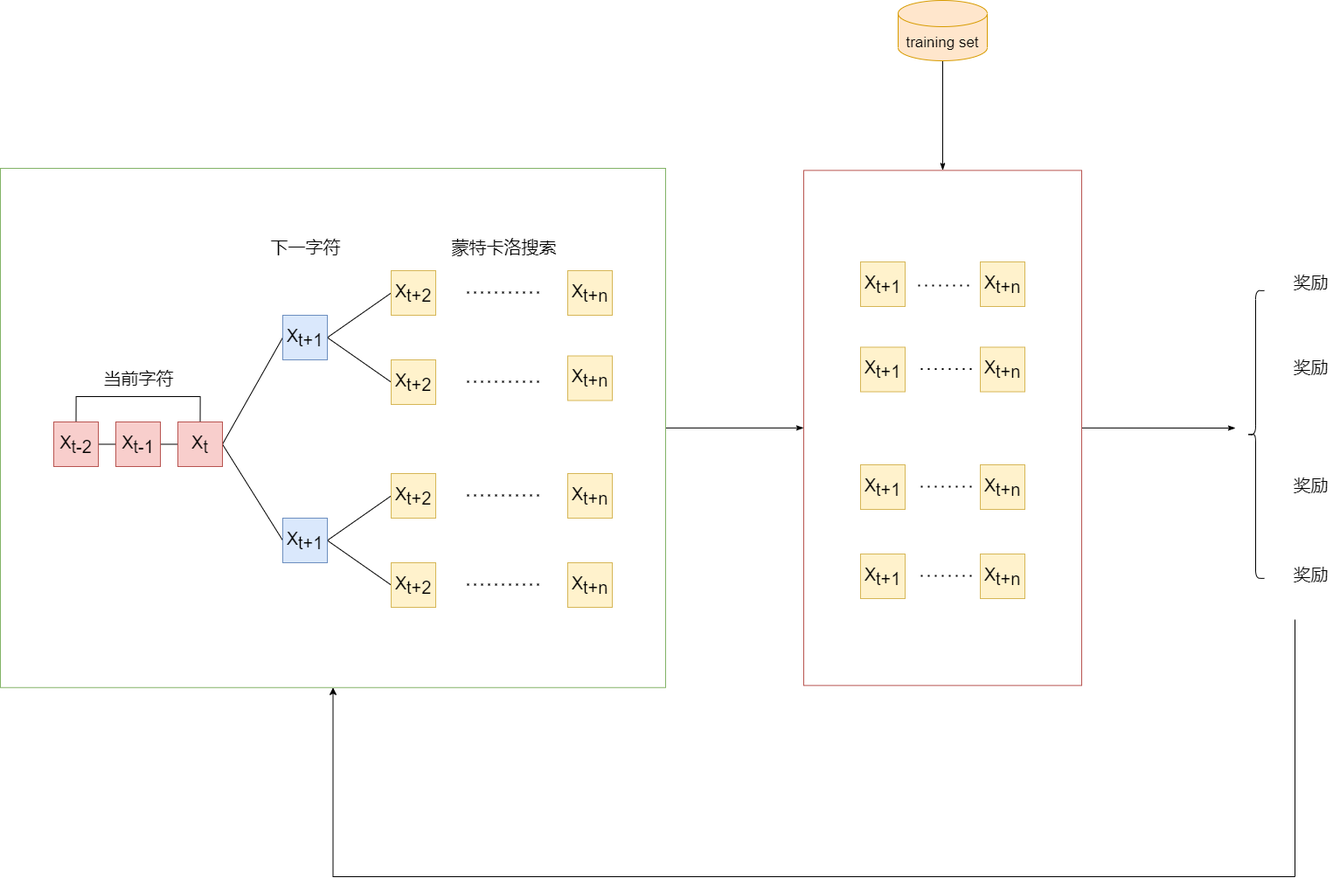
Earlier version of the draw.io export seqgan.drawio.png (lakomi/pictures). Source tidied: cells renumbered, new cells last; positions are measured from the earlier drawing's top-left corner, leaving out a move shared by most shapes.
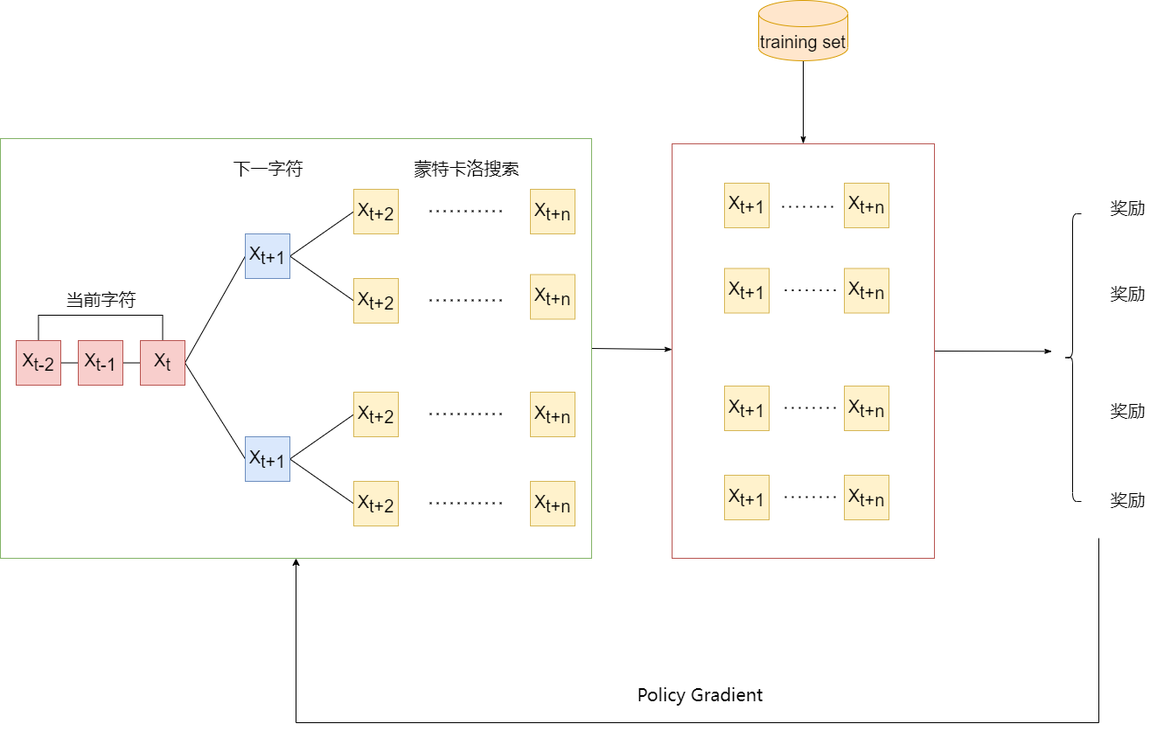
Above is the later version.

The edit, as a diff of the source:
```diff
@@ -2,25 +2,25 @@
   <root>
     <mxCell id="0" />
     <mxCell id="1" parent="0" />
-    <mxCell id="2" style="edgeStyle=none;rounded=0;jettySize=auto;html=1;exitX=1;exitY=0.5;exitDx=0;exitDy=0;fontSize=20;endArrow=classicThin;endFill=1;" parent="1" edge="1" source="3">
-      <mxGeometry relative="1" as="geometry">
-        <mxPoint x="1413" y="489" as="targetPoint" />
-      </mxGeometry>
-    </mxCell>
+    <mxCell id="58" style="edgeStyle=none;rounded=0;jettySize=auto;html=1;exitX=1;exitY=0.5;exitDx=0;exitDy=0;fontSize=20;fontColor=#000000;endArrow=classicThin;endFill=1;" parent="1" edge="1" source="3">
+      <mxGeometry relative="1" as="geometry">
+        <mxPoint x="1245.3" y="494.3" as="targetPoint" />
+      </mxGeometry>
+    </mxCell>
-    <mxCell id="3" style="rounded=0;whiteSpace=wrap;html=1;fillColor=#FFFFFF;strokeColor=#b85450;fontSize=17;" parent="1" vertex="1">
-      <mxGeometry x="919" y="194.4" width="318" height="589" as="geometry" />
+    <mxCell id="3" style="rounded=0;whiteSpace=wrap;html=1;fillColor=#FFFFFF;strokeColor=#b85450;fontSize=20;" parent="1" vertex="1">
+      <mxGeometry x="811" y="257" width="300" height="474" as="geometry" />
     </mxCell>
-    <mxCell id="4" style="edgeStyle=none;rounded=0;jettySize=auto;html=1;exitX=1;exitY=0.5;exitDx=0;exitDy=0;entryX=0;entryY=0.5;entryDx=0;entryDy=0;fontSize=20;endArrow=classicThin;endFill=1;" parent="1" edge="1" source="5" target="3">
+    <mxCell id="4" style="edgeStyle=none;rounded=0;jettySize=auto;html=1;exitX=1;exitY=0.5;exitDx=0;exitDy=0;fontSize=20;fontColor=#000000;endArrow=classicThin;endFill=1;" parent="1" edge="1" source="5" target="3">
       <mxGeometry relative="1" as="geometry" />
     </mxCell>
-    <mxCell id="5" style="rounded=0;whiteSpace=wrap;html=1;fillColor=#FFFFFF;strokeColor=#82b366;fontSize=17;" parent="1" vertex="1">
-      <mxGeometry y="192" width="761" height="593.8" as="geometry" />
+    <mxCell id="5" style="rounded=0;whiteSpace=wrap;html=1;fillColor=#FFFFFF;strokeColor=#82b366;fontSize=20;" parent="1" vertex="1">
+      <mxGeometry x="43" y="251" width="676" height="480" as="geometry" />
     </mxCell>
     <mxCell id="6" style="edgeStyle=none;rounded=0;jettySize=auto;html=1;exitX=0.5;exitY=1;exitDx=0;exitDy=0;exitPerimeter=0;fontSize=20;endArrow=classicThin;endFill=1;" parent="1" edge="1" source="7" target="3">
       <mxGeometry relative="1" as="geometry" />
     </mxCell>
-    <mxCell id="7" value="training set" style="shape=cylinder3;whiteSpace=wrap;html=1;boundedLbl=1;backgroundOutline=1;size=15;fillColor=#ffe6cc;strokeColor=#d79b00;fontSize=17;" parent="1" vertex="1">
-      <mxGeometry x="1027" width="102" height="69" as="geometry" />
+    <mxCell id="7" value="training set" style="shape=cylinder3;whiteSpace=wrap;html=1;boundedLbl=1;backgroundOutline=1;size=15;fillColor=#ffe6cc;strokeColor=#d79b00;fontSize=20;" parent="1" vertex="1">
+      <mxGeometry x="910" y="93" width="102" height="69" as="geometry" />
     </mxCell>
     <mxCell id="8" style="edgeStyle=orthogonalEdgeStyle;rounded=0;jettySize=auto;html=1;exitX=1;exitY=0.5;exitDx=0;exitDy=0;entryX=0;entryY=0.5;entryDx=0;entryDy=0;fontSize=20;endArrow=none;endFill=0;" parent="1" edge="1" source="10" target="12">
       <mxGeometry relative="1" as="geometry" />
@@ -52,7 +52,7 @@
       <mxGeometry x="203" y="482" width="51" height="51" as="geometry" />
     </mxCell>
     <mxCell id="16" value="当前字符" style="text;html=1;align=center;verticalAlign=middle;strokeColor=none;fillColor=none;fontSize=20;" parent="1" vertex="1">
-      <mxGeometry x="112.5" y="418" width="90" height="28" as="geometry" />
+      <mxGeometry x="112.5" y="421" width="90" height="28" as="geometry" />
     </mxCell>
     <mxCell id="17" style="edgeStyle=none;rounded=0;jettySize=auto;html=1;exitX=1;exitY=0.5;exitDx=0;exitDy=0;entryX=0;entryY=0.5;entryDx=0;entryDy=0;fontSize=20;endArrow=none;endFill=0;" parent="1" edge="1" source="19" target="25">
       <mxGeometry relative="1" as="geometry" />
@@ -85,7 +85,7 @@
       <mxGeometry x="447" y="643" width="51" height="51" as="geometry" />
     </mxCell>
     <mxCell id="27" value="下一字符" style="text;html=1;align=center;verticalAlign=middle;strokeColor=none;fillColor=none;fontSize=20;" parent="1" vertex="1">
-      <mxGeometry x="303.5" y="268" width="90" height="28" as="geometry" />
+      <mxGeometry x="303.5" y="271" width="90" height="28" as="geometry" />
     </mxCell>
     <mxCell id="28" style="endArrow=none;dashed=1;html=1;dashPattern=1 3;strokeWidth=2;rounded=0;fontSize=20;" parent="1" edge="1">
       <mxGeometry relative="1" as="geometry">
@@ -136,100 +136,100 @@
       <mxGeometry x="649" y="643" width="51" height="51" as="geometry" />
     </mxCell>
     <mxCell id="36" value="蒙特卡洛搜索" style="text;html=1;align=center;verticalAlign=middle;strokeColor=none;fillColor=none;fontSize=20;" parent="1" vertex="1">
-      <mxGeometry x="511" y="268" width="130" height="28" as="geometry" />
+      <mxGeometry x="511" y="271" width="130" height="28" as="geometry" />
     </mxCell>
     <mxCell id="37" value="奖励" style="text;html=1;align=center;verticalAlign=middle;strokeColor=none;fillColor=none;fontSize=20;" parent="1" vertex="1">
-      <mxGeometry x="1474" y="307.9" width="50" height="28" as="geometry" />
+      <mxGeometry x="1307" y="316" width="50" height="28" as="geometry" />
     </mxCell>
     <mxCell id="38" value="奖励" style="text;html=1;align=center;verticalAlign=middle;strokeColor=none;fillColor=none;fontSize=20;" parent="1" vertex="1">
-      <mxGeometry x="1474" y="405.4" width="50" height="28" as="geometry" />
+      <mxGeometry x="1307" y="413.5" width="50" height="28" as="geometry" />
     </mxCell>
     <mxCell id="39" value="奖励" style="text;html=1;align=center;verticalAlign=middle;strokeColor=none;fillColor=none;fontSize=20;" parent="1" vertex="1">
-      <mxGeometry x="1474" y="539.9" width="50" height="28" as="geometry" />
+      <mxGeometry x="1307" y="548" width="50" height="28" as="geometry" />
     </mxCell>
     <mxCell id="40" value="奖励" style="text;html=1;align=center;verticalAlign=middle;strokeColor=none;fillColor=none;fontSize=20;" parent="1" vertex="1">
-      <mxGeometry x="1474" y="641.9" width="50" height="28" as="geometry" />
+      <mxGeometry x="1307" y="650" width="50" height="28" as="geometry" />
     </mxCell>
     <mxCell id="41" value="X&lt;sub style=&quot;font-size: 20px;&quot;&gt;t+n&lt;/sub&gt;" style="rounded=0;whiteSpace=wrap;html=1;fontSize=20;" parent="1" vertex="1">
-      <mxGeometry x="984" y="299" width="51" height="51" as="geometry" />
+      <mxGeometry x="871" y="302" width="51" height="51" as="geometry" />
     </mxCell>
     <mxCell id="42" value="X&lt;sub style=&quot;font-size: 20px;&quot;&gt;t+n&lt;/sub&gt;" style="rounded=0;whiteSpace=wrap;html=1;fontSize=20;" parent="1" vertex="1">
-      <mxGeometry x="1121" y="299" width="51" height="51" as="geometry" />
+      <mxGeometry x="1008" y="302" width="51" height="51" as="geometry" />
     </mxCell>
-    <mxCell id="43" value="X&lt;sub style=&quot;font-size: 20px&quot;&gt;t+1&lt;/sub&gt;" style="rounded=0;whiteSpace=wrap;html=1;fontSize=20;fillColor=#fff2cc;strokeColor=#d6b656;" parent="1" vertex="1">
-      <mxGeometry x="984" y="396.5" width="51" height="51" as="geometry" />
+    <mxCell id="43" value="X&lt;sub style=&quot;font-size: 20px;&quot;&gt;t+1&lt;/sub&gt;" style="rounded=0;whiteSpace=wrap;html=1;fontSize=20;fillColor=#fff2cc;strokeColor=#d6b656;" parent="1" vertex="1">
+      <mxGeometry x="871" y="399.5" width="51" height="51" as="geometry" />
     </mxCell>
     <mxCell id="44" value="X&lt;sub style=&quot;font-size: 20px;&quot;&gt;t+n&lt;/sub&gt;" style="rounded=0;whiteSpace=wrap;html=1;fontSize=20;fillColor=#fff2cc;strokeColor=#d6b656;" parent="1" vertex="1">
-      <mxGeometry x="1121" y="396.5" width="51" height="51" as="geometry" />
+      <mxGeometry x="1008" y="399.5" width="51" height="51" as="geometry" />
     </mxCell>
-    <mxCell id="45" value="X&lt;sub style=&quot;font-size: 20px&quot;&gt;t+1&lt;/sub&gt;" style="rounded=0;whiteSpace=wrap;html=1;fontSize=20;fillColor=#fff2cc;strokeColor=#d6b656;" parent="1" vertex="1">
-      <mxGeometry x="984" y="531" width="51" height="51" as="geometry" />
+    <mxCell id="45" value="X&lt;sub style=&quot;font-size: 20px;&quot;&gt;t+1&lt;/sub&gt;" style="rounded=0;whiteSpace=wrap;html=1;fontSize=20;fillColor=#fff2cc;strokeColor=#d6b656;" parent="1" vertex="1">
+      <mxGeometry x="871" y="534" width="51" height="51" as="geometry" />
     </mxCell>
     <mxCell id="46" value="X&lt;sub style=&quot;font-size: 20px;&quot;&gt;t+n&lt;/sub&gt;" style="rounded=0;whiteSpace=wrap;html=1;fontSize=20;fillColor=#fff2cc;strokeColor=#d6b656;" parent="1" vertex="1">
-      <mxGeometry x="1121" y="531" width="51" height="51" as="geometry" />
+      <mxGeometry x="1008" y="534" width="51" height="51" as="geometry" />
     </mxCell>
-    <mxCell id="47" value="X&lt;sub style=&quot;font-size: 20px&quot;&gt;t+1&lt;/sub&gt;" style="rounded=0;whiteSpace=wrap;html=1;fontSize=20;fillColor=#fff2cc;strokeColor=#d6b656;" parent="1" vertex="1">
-      <mxGeometry x="984" y="299" width="51" height="51" as="geometry" />
+    <mxCell id="47" value="X&lt;sub style=&quot;font-size: 20px;&quot;&gt;t+1&lt;/sub&gt;" style="rounded=0;whiteSpace=wrap;html=1;fontSize=20;fillColor=#fff2cc;strokeColor=#d6b656;" parent="1" vertex="1">
+      <mxGeometry x="871" y="302" width="51" height="51" as="geometry" />
     </mxCell>
     <mxCell id="48" value="X&lt;sub style=&quot;font-size: 20px;&quot;&gt;t+n&lt;/sub&gt;" style="rounded=0;whiteSpace=wrap;html=1;fontSize=20;fillColor=#fff2cc;strokeColor=#d6b656;" parent="1" vertex="1">
-      <mxGeometry x="1121" y="299" width="51" height="51" as="geometry" />
+      <mxGeometry x="1008" y="302" width="51" height="51" as="geometry" />
     </mxCell>
-    <mxCell id="49" value="X&lt;sub style=&quot;font-size: 20px&quot;&gt;t+1&lt;/sub&gt;" style="rounded=0;whiteSpace=wrap;html=1;fontSize=20;fillColor=#fff2cc;strokeColor=#d6b656;" parent="1" vertex="1">
-      <mxGeometry x="984" y="633" width="51" height="51" as="geometry" />
+    <mxCell id="49" value="X&lt;sub style=&quot;font-size: 20px;&quot;&gt;t+1&lt;/sub&gt;" style="rounded=0;whiteSpace=wrap;html=1;fontSize=20;fillColor=#fff2cc;strokeColor=#d6b656;" parent="1" vertex="1">
+      <mxGeometry x="871" y="636" width="51" height="51" as="geometry" />
     </mxCell>
     <mxCell id="50" value="X&lt;sub style=&quot;font-size: 20px;&quot;&gt;t+n&lt;/sub&gt;" style="rounded=0;whiteSpace=wrap;html=1;fontSize=20;fillColor=#fff2cc;strokeColor=#d6b656;" parent="1" vertex="1">
-      <mxGeometry x="1121" y="633" width="51" height="51" as="geometry" />
+      <mxGeometry x="1008" y="636" width="51" height="51" as="geometry" />
     </mxCell>
     <mxCell id="51" style="endArrow=none;dashed=1;html=1;dashPattern=1 3;strokeWidth=2;rounded=0;fontSize=20;" parent="1" edge="1">
       <mxGeometry relative="1" as="geometry">
-        <mxPoint x="1050" y="326" as="sourcePoint" />
-        <mxPoint x="1114" y="326" as="targetPoint" />
+        <mxPoint x="937" y="329" as="sourcePoint" />
+        <mxPoint x="1001" y="329" as="targetPoint" />
         <Array as="points">
-          <mxPoint x="1097" y="326" />
+          <mxPoint x="984" y="329" />
         </Array>
       </mxGeometry>
     </mxCell>
     <mxCell id="52" style="endArrow=none;dashed=1;html=1;dashPattern=1 3;strokeWidth=2;rounded=0;fontSize=20;" parent="1" edge="1">
       <mxGeometry relative="1" as="geometry">
-        <mxPoint x="1053" y="421.4" as="sourcePoint" />
-        <mxPoint x="1117" y="421.4" as="targetPoint" />
+        <mxPoint x="940" y="424.4" as="sourcePoint" />
+        <mxPoint x="1004" y="424.4" as="targetPoint" />
         <Array as="points">
-          <mxPoint x="1100" y="421.4" />
+          <mxPoint x="987" y="424.4" />
         </Array>
       </mxGeometry>
     </mxCell>
     <mxCell id="53" style="endArrow=none;dashed=1;html=1;dashPattern=1 3;strokeWidth=2;rounded=0;fontSize=20;" parent="1" edge="1">
       <mxGeometry relative="1" as="geometry">
-        <mxPoint x="1053" y="555.9" as="sourcePoint" />
-        <mxPoint x="1117" y="555.9" as="targetPoint" />
+        <mxPoint x="940" y="558.9" as="sourcePoint" />
+        <mxPoint x="1004" y="558.9" as="targetPoint" />
         <Array as="points">
-          <mxPoint x="1100" y="555.9" />
+          <mxPoint x="987" y="558.9" />
         </Array>
       </mxGeometry>
     </mxCell>
     <mxCell id="54" style="endArrow=none;dashed=1;html=1;dashPattern=1 3;strokeWidth=2;rounded=0;fontSize=20;" parent="1" edge="1">
       <mxGeometry relative="1" as="geometry">
-        <mxPoint x="1053" y="657.9" as="sourcePoint" />
-        <mxPoint x="1117" y="657.9" as="targetPoint" />
+        <mxPoint x="940" y="660.9" as="sourcePoint" />
+        <mxPoint x="1004" y="660.9" as="targetPoint" />
         <Array as="points">
-          <mxPoint x="1100" y="657.9" />
+          <mxPoint x="987" y="660.9" />
         </Array>
       </mxGeometry>
     </mxCell>
     <mxCell id="55" style="shape=curlyBracket;whiteSpace=wrap;html=1;rounded=1;fontSize=20;" parent="1" vertex="1">
-      <mxGeometry x="1426" y="331.9" width="20" height="329" as="geometry" />
+      <mxGeometry x="1259" y="337" width="20" height="329" as="geometry" />
     </mxCell>
     <mxCell id="56" style="edgeStyle=elbowEdgeStyle;elbow=vertical;endArrow=classic;html=1;rounded=0;fontSize=20;" parent="1" edge="1" target="5">
       <mxGeometry relative="1" as="geometry">
-        <mxPoint x="1481" y="708" as="sourcePoint" />
+        <mxPoint x="1299" y="708" as="sourcePoint" />
         <Array as="points">
-          <mxPoint x="895" y="1002" />
+          <mxPoint x="844" y="919" />
           <mxPoint x="1521" y="956" />
         </Array>
       </mxGeometry>
     </mxCell>
-    <mxCell id="57" value="&lt;span style=&quot;color: rgba(0 , 0 , 0 , 0) ; font-family: sans-serif ; font-size: 16.1987px ; text-align: left&quot;&gt;Policy Gradient&lt;/span&gt;" style="text;html=1;align=center;verticalAlign=middle;strokeColor=none;fillColor=none;fontSize=20;" parent="1" vertex="1">
-      <mxGeometry x="784" y="950" width="127" height="29" as="geometry" />
+    <mxCell id="57" value="&lt;span style=&quot;font-family: sans-serif; font-size: 20px; text-align: left;&quot;&gt;Policy Gradient&lt;/span&gt;" style="text;html=1;align=center;verticalAlign=middle;strokeColor=none;fillColor=none;fontSize=20;fontColor=#000000;" parent="1" vertex="1">
+      <mxGeometry x="766" y="872" width="154" height="29" as="geometry" />
     </mxCell>
   </root>
 </mxGraphModel>
```
